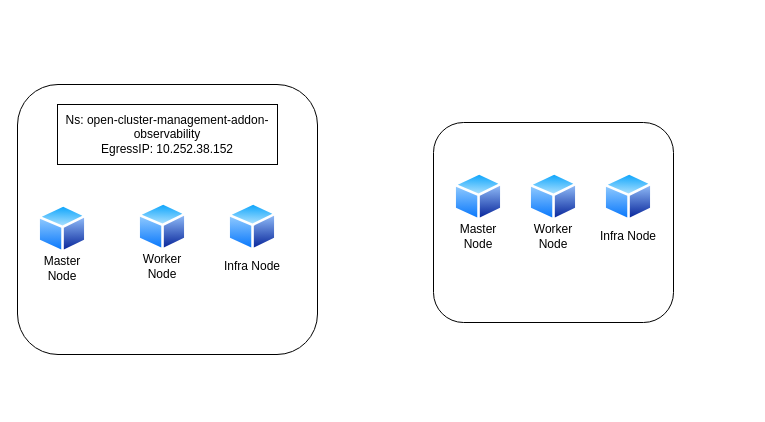
This is Biểu đồ không có tiêu đề.drawio from XuanNgo0801/openshift-practice, a draw.io file, before an edit. Source tidied: cells renumbered, new cells numbered last; positions are measured from the earlier drawing's top-left corner, leaving out a move shared by most shapes. Both pictures are drawn from the tidied source at 100%, with x=0, y=0 at pixel (17, 84).
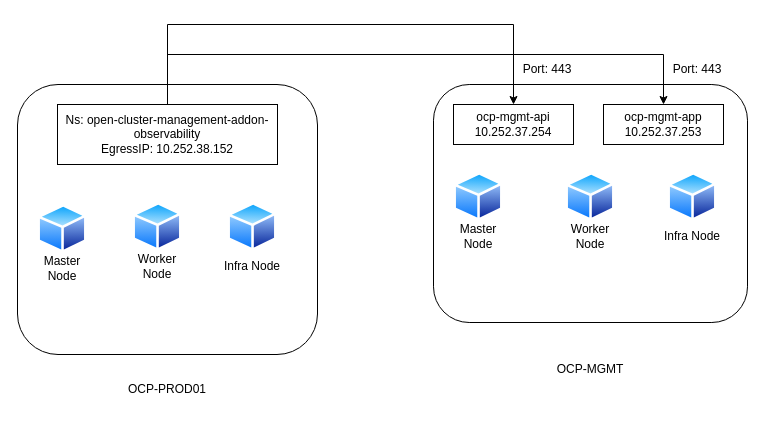
The same diagram, later.

Commit message (it also covers changes not shown here):
Cập nhật Biểu đồ không có tiêu đề.drawio

Unchanged cells that the change refers to:
```xml
<mxCell id="16" value="Ns: open-cluster-management-addon-observability&lt;br&gt;EgressIP: 10.252.38.152" style="rounded=0;whiteSpace=wrap;html=1;" parent="1" vertex="1">
  <mxGeometry x="40" y="20" width="220" height="60" as="geometry" />
</mxCell>
```

The edit, as a diff of the source:
```diff
@@
     <mxCell id="3" style="rounded=1;whiteSpace=wrap;html=1;" parent="1" vertex="1">
-      <mxGeometry x="416" y="38" width="240" height="200" as="geometry" />
+      <mxGeometry x="416" width="314" height="238" as="geometry" />
     </mxCell>
@@
     <mxCell id="6" style="image;perimeter=ellipsePerimeter;html=1;align=center;shadow=0;dashed=0;spacingTop=3;image=img/lib/active_directory/generic_node.svg;" parent="1" vertex="1">
-      <mxGeometry x="120" y="118" width="50" height="49" as="geometry" />
+      <mxGeometry x="115" y="118" width="50" height="49" as="geometry" />
     </mxCell>
@@
     <mxCell id="8" style="image;perimeter=ellipsePerimeter;html=1;align=center;shadow=0;dashed=0;spacingTop=3;image=img/lib/active_directory/generic_node.svg;" parent="1" vertex="1">
-      <mxGeometry x="511" y="88" width="50" height="49" as="geometry" />
+      <mxGeometry x="548" y="88" width="50" height="49" as="geometry" />
     </mxCell>
     <mxCell id="9" style="image;perimeter=ellipsePerimeter;html=1;align=center;shadow=0;dashed=0;spacingTop=3;image=img/lib/active_directory/generic_node.svg;" parent="1" vertex="1">
-      <mxGeometry x="586" y="88" width="50" height="49" as="geometry" />
+      <mxGeometry x="650" y="88" width="50" height="49" as="geometry" />
     </mxCell>
@@
     <mxCell id="11" value="Worker Node" style="text;html=1;strokeColor=none;fillColor=none;align=center;verticalAlign=middle;whiteSpace=wrap;rounded=0;" parent="1" vertex="1">
-      <mxGeometry x="115" y="167" width="60" height="30" as="geometry" />
+      <mxGeometry x="110" y="167" width="60" height="30" as="geometry" />
     </mxCell>
@@
     <mxCell id="13" value="Infra Node" style="text;html=1;strokeColor=none;fillColor=none;align=center;verticalAlign=middle;whiteSpace=wrap;rounded=0;" parent="1" vertex="1">
-      <mxGeometry x="581" y="137" width="60" height="30" as="geometry" />
+      <mxGeometry x="645" y="137" width="60" height="30" as="geometry" />
     </mxCell>
     <mxCell id="14" value="Worker Node" style="text;html=1;strokeColor=none;fillColor=none;align=center;verticalAlign=middle;whiteSpace=wrap;rounded=0;" parent="1" vertex="1">
-      <mxGeometry x="506" y="137" width="60" height="30" as="geometry" />
+      <mxGeometry x="543" y="137" width="60" height="30" as="geometry" />
     </mxCell>
@@
+    <mxCell id="17" style="edgeStyle=orthogonalEdgeStyle;rounded=0;jettySize=auto;html=1;exitX=0.5;exitY=0;exitDx=0;exitDy=0;entryX=0.5;entryY=0;entryDx=0;entryDy=0;" parent="1" edge="1" source="16" target="21">
+      <mxGeometry relative="1" as="geometry">
+        <Array as="points">
+          <mxPoint x="150" y="-60" />
+          <mxPoint x="496" y="-60" />
+        </Array>
+      </mxGeometry>
+    </mxCell>
+    <mxCell id="18" style="edgeStyle=orthogonalEdgeStyle;rounded=0;jettySize=auto;html=1;entryX=0.5;entryY=0;entryDx=0;entryDy=0;" parent="1" edge="1" source="16" target="20">
+      <mxGeometry relative="1" as="geometry">
+        <Array as="points">
+          <mxPoint x="150" y="-30" />
+          <mxPoint x="646" y="-30" />
+        </Array>
+      </mxGeometry>
+    </mxCell>
@@
+    <mxCell id="19" value="Port: 443" style="text;html=1;strokeColor=none;fillColor=none;align=center;verticalAlign=middle;whiteSpace=wrap;rounded=0;" parent="1" vertex="1">
+      <mxGeometry x="500" y="-30" width="60" height="30" as="geometry" />
+    </mxCell>
+    <mxCell id="20" value="ocp-mgmt-app&lt;br style=&quot;border-color: var(--border-color);&quot;&gt;10.252.37.253" style="rounded=0;whiteSpace=wrap;html=1;" parent="1" vertex="1">
+      <mxGeometry x="586" y="20" width="120" height="40" as="geometry" />
+    </mxCell>
+    <mxCell id="21" value="ocp-mgmt-api&lt;br style=&quot;border-color: var(--border-color);&quot;&gt;10.252.37.254" style="rounded=0;whiteSpace=wrap;html=1;" parent="1" vertex="1">
+      <mxGeometry x="436" y="20" width="120" height="40" as="geometry" />
+    </mxCell>
+    <mxCell id="22" value="Port: 443" style="text;html=1;strokeColor=none;fillColor=none;align=center;verticalAlign=middle;whiteSpace=wrap;rounded=0;" parent="1" vertex="1">
+      <mxGeometry x="650" y="-30" width="60" height="30" as="geometry" />
+    </mxCell>
+    <mxCell id="23" value="OCP-PROD01" style="text;html=1;strokeColor=none;fillColor=none;align=center;verticalAlign=middle;whiteSpace=wrap;rounded=0;" parent="1" vertex="1">
+      <mxGeometry x="95" y="290" width="110" height="30" as="geometry" />
+    </mxCell>
+    <mxCell id="24" value="OCP-MGMT" style="text;html=1;strokeColor=none;fillColor=none;align=center;verticalAlign=middle;whiteSpace=wrap;rounded=0;" parent="1" vertex="1">
+      <mxGeometry x="518" y="270" width="110" height="30" as="geometry" />
+    </mxCell>
```
